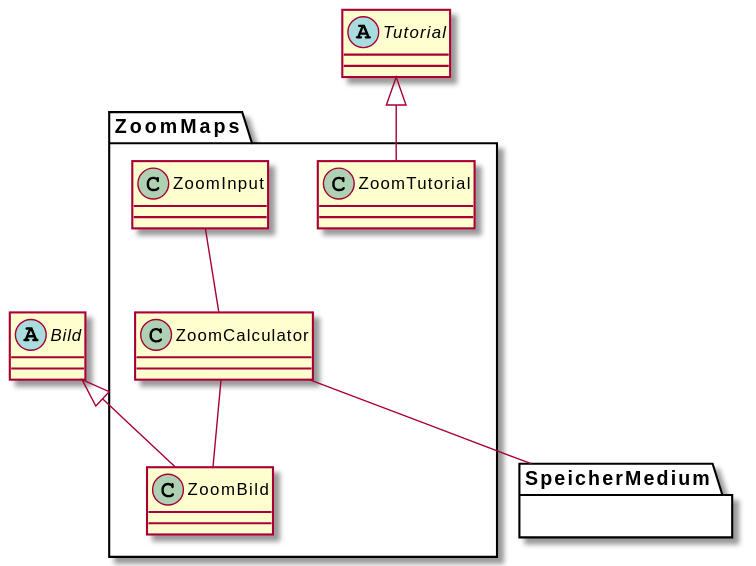
This is meilenstein_03/uml-zoommaps/zoommaps.svg from weichware10/meilensteine, a PlantUML export, as it was before one commit. The source it was exported from:
```plantuml
@startuml
abstract Bild
abstract Tutorial

package ZoomMaps {
  class ZoomTutorial {

  }

  class ZoomInput {
  }

  class ZoomCalculator {
  }

  class ZoomBild {

  }

}

package SpeicherMedium {

}

Bild <|-- ZoomBild
Tutorial <|-- ZoomTutorial
ZoomInput -- ZoomCalculator
ZoomCalculator -- ZoomBild
ZoomCalculator -- SpeicherMedium
@enduml
```
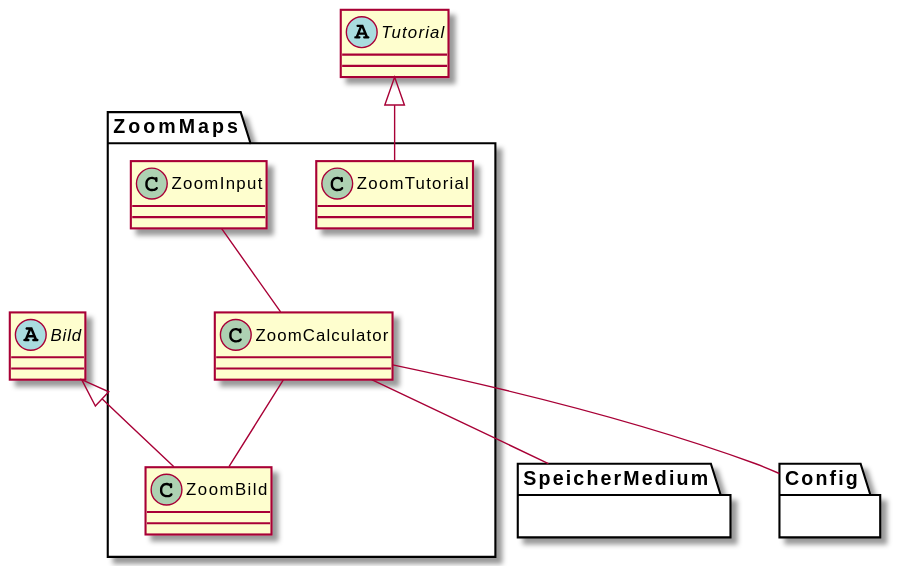
After the change.

Commit message:
Render PlantUML SVGs

Diff of the diagram source:
```diff
@@ -19,13 +19,16 @@
 
 }
 
-package SpeicherMedium {
+package SpeicherMedium {}
 
-}
+package Config {}
 
 Bild <|-- ZoomBild
 Tutorial <|-- ZoomTutorial
+
 ZoomInput -- ZoomCalculator
 ZoomCalculator -- ZoomBild
+
 ZoomCalculator -- SpeicherMedium
+ZoomCalculator -- Config
 @enduml
```
